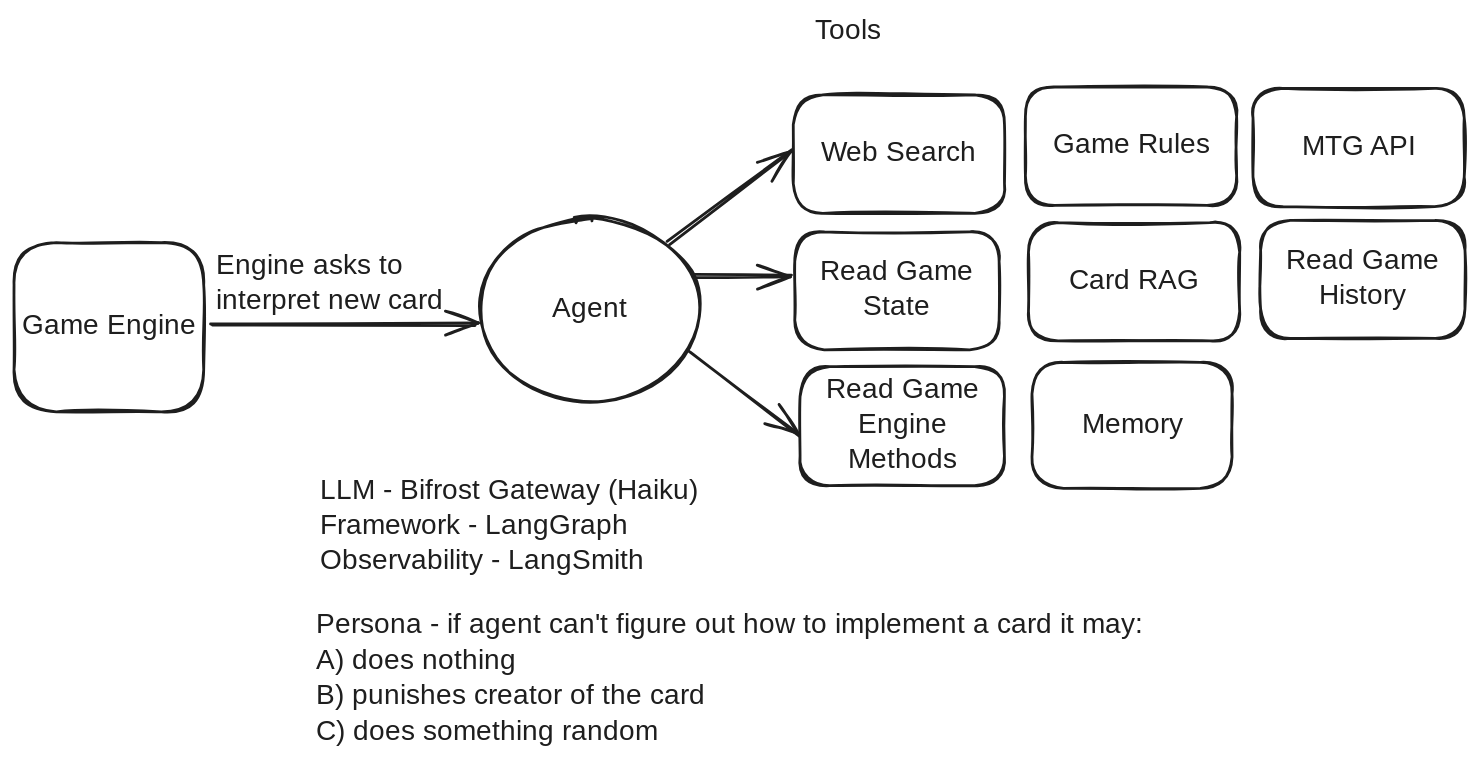
Before: docs/agent.excalidraw.svg, a diagram exported from Excalidraw (msharp9/a-thousand-blank-white-cards). Source tidied: one line per element, renumbered; positions are measured from the earlier drawing's top-left corner, leaving out a move shared by most shapes.
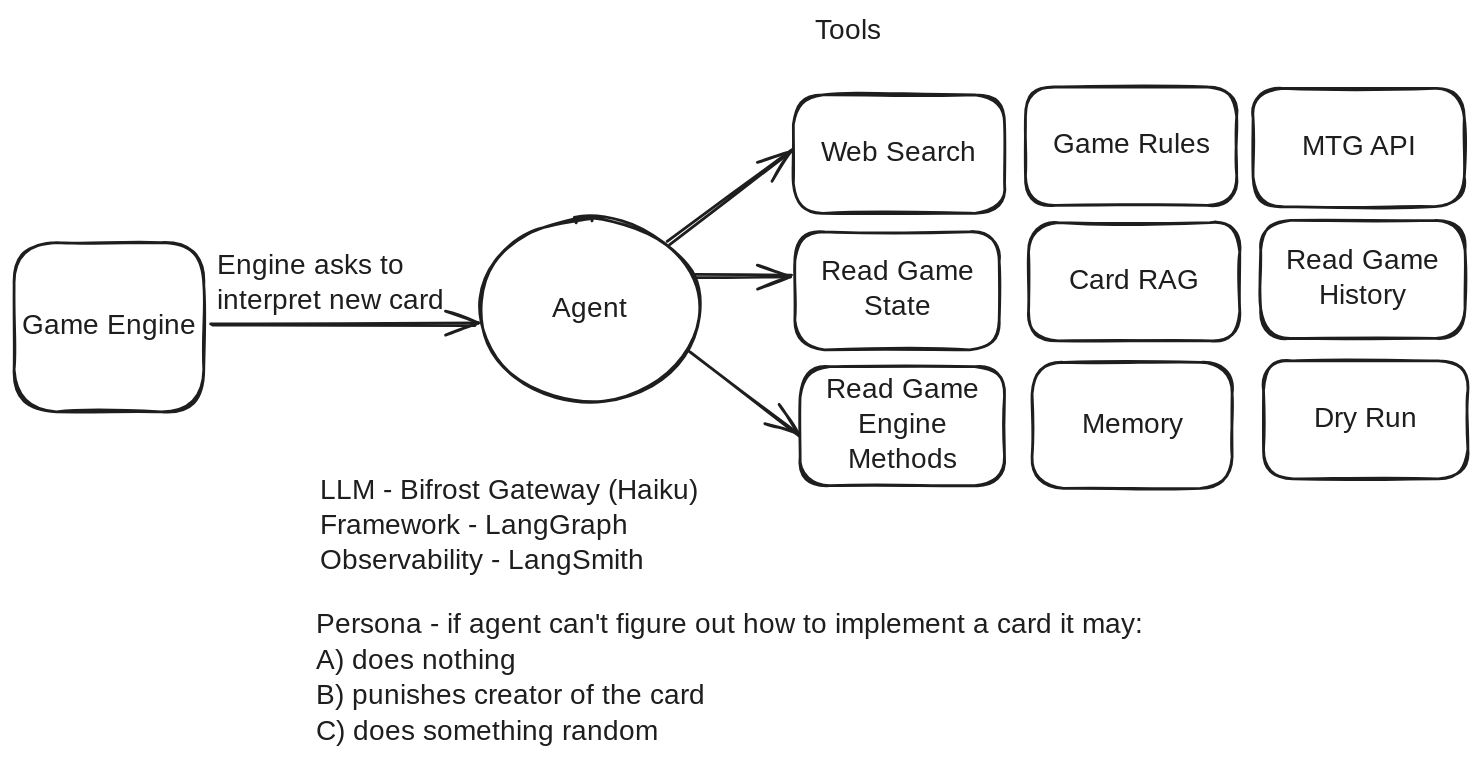
Later version of the same file.

Diff of the diagram source:
```diff
@@ -26,3 +26,5 @@
 {"id": 25, "type": "text", "text": "MTG API", "strokeColor": "#1e1e1e", "strokeWidth": 2, "roughness": 1, "fontSize": 20, "fontFamily": 5, "textAlign": "center", "verticalAlign": "middle", "inside": 24, "x": 914, "y": 83, "width": 93, "height": 25}
 {"id": 26, "type": "rectangle", "strokeColor": "#1e1e1e", "strokeWidth": 2, "roughness": 1, "round": true, "x": 890, "y": 147, "width": 146, "height": 84}
 {"id": 27, "type": "text", "text": "Read Game\nHistory", "strokeColor": "#1e1e1e", "strokeWidth": 2, "roughness": 1, "fontSize": 20, "fontFamily": 5, "textAlign": "center", "verticalAlign": "middle", "inside": 26, "x": 909, "y": 165, "width": 108, "height": 50}
+{"id": 28, "type": "rectangle", "strokeColor": "#1e1e1e", "strokeWidth": 2, "roughness": 1, "round": true, "x": 892, "y": 248, "width": 146, "height": 84}
+{"id": 29, "type": "text", "text": "Dry Run", "strokeColor": "#1e1e1e", "strokeWidth": 2, "roughness": 1, "fontSize": 20, "fontFamily": 5, "textAlign": "center", "verticalAlign": "middle", "inside": 28, "x": 926, "y": 277, "width": 79, "height": 25}
```
